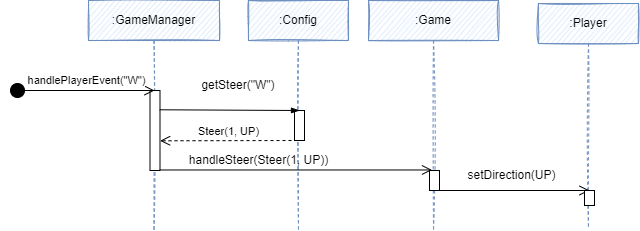
sckoenig/Distributed-Tron keeps this draw.io diagram as Dokumentation/App/diagrams/sd_handlePlayerEvent.png. Above is the earlier version. Source tidied: cells renumbered, new cells last; positions are measured from the earlier drawing's top-left corner, leaving out a move shared by most shapes. The source it was exported from:
```xml
<mxGraphModel>
  <root>
    <mxCell id="0" />
    <mxCell id="1" parent="0" />
    <mxCell id="2" value=":Game" style="shape=umlLifeline;perimeter=lifelinePerimeter;whiteSpace=wrap;html=1;sketch=1;fillColor=#dae8fc;strokeColor=#6c8ebf;" parent="1" vertex="1">
      <mxGeometry x="359" width="130" height="230" as="geometry" />
    </mxCell>
    <mxCell id="3" value=":Player" style="shape=umlLifeline;perimeter=lifelinePerimeter;whiteSpace=wrap;html=1;sketch=1;fillColor=#dae8fc;strokeColor=#6c8ebf;" parent="1" vertex="1">
      <mxGeometry x="529" y="3" width="100" height="225" as="geometry" />
    </mxCell>
    <mxCell id="4" value=":Config" style="shape=umlLifeline;perimeter=lifelinePerimeter;whiteSpace=wrap;html=1;sketch=1;fillColor=#dae8fc;strokeColor=#6c8ebf;" parent="1" vertex="1">
      <mxGeometry x="239" width="100" height="230" as="geometry" />
    </mxCell>
    <mxCell id="5" value=":GameManager" style="shape=umlLifeline;perimeter=lifelinePerimeter;whiteSpace=wrap;html=1;sketch=1;fillColor=#dae8fc;strokeColor=#6c8ebf;" parent="1" vertex="1">
      <mxGeometry x="79" width="131" height="230" as="geometry" />
    </mxCell>
    <mxCell id="6" style="endArrow=open;endFill=1;endSize=8;html=1;rounded=0;" parent="1" edge="1">
      <mxGeometry relative="1" as="geometry">
        <mxPoint x="420" y="190" as="sourcePoint" />
        <mxPoint x="580" y="190" as="targetPoint" />
      </mxGeometry>
    </mxCell>
    <mxCell id="7" style="html=1;perimeter=orthogonalPerimeter;" parent="1" vertex="1">
      <mxGeometry x="420" y="170" width="10" height="20" as="geometry" />
    </mxCell>
    <mxCell id="8" style="html=1;perimeter=orthogonalPerimeter;" parent="1" vertex="1">
      <mxGeometry x="575" y="190" width="10" height="15" as="geometry" />
    </mxCell>
    <mxCell id="9" style="html=1;perimeter=orthogonalPerimeter;" parent="1" vertex="1">
      <mxGeometry x="285" y="110" width="10" height="30" as="geometry" />
    </mxCell>
    <mxCell id="10" value="handleSteer(Steer(1, UP))" style="text;html=1;strokeColor=none;fillColor=none;align=center;verticalAlign=middle;whiteSpace=wrap;rounded=0;" parent="1" vertex="1">
      <mxGeometry x="170" y="145" width="159" height="30" as="geometry" />
    </mxCell>
    <mxCell id="11" value="getSteer(&quot;W&quot;)" style="text;html=1;strokeColor=none;fillColor=none;align=center;verticalAlign=middle;whiteSpace=wrap;rounded=0;" parent="1" vertex="1">
      <mxGeometry x="199" y="70" width="60" height="30" as="geometry" />
    </mxCell>
    <mxCell id="12" value="Steer(1, UP)" style="html=1;verticalAlign=bottom;endArrow=open;dashed=1;endSize=8;rounded=0;entryX=1.111;entryY=0.616;entryDx=0;entryDy=0;entryPerimeter=0;" parent="1" edge="1">
      <mxGeometry relative="1" as="geometry">
        <mxPoint x="288" y="140" as="sourcePoint" />
        <mxPoint x="150.6" y="140.3" as="targetPoint" />
      </mxGeometry>
    </mxCell>
    <mxCell id="13" style="html=1;points=[];perimeter=orthogonalPerimeter;" parent="1" vertex="1">
      <mxGeometry x="140.5" y="90" width="10" height="80" as="geometry" />
    </mxCell>
    <mxCell id="14" value="handlePlayerEvent(&quot;W&quot;)" style="html=1;verticalAlign=bottom;startArrow=circle;startFill=1;endArrow=open;startSize=6;endSize=8;rounded=0;" parent="1" edge="1">
      <mxGeometry x="0.07" y="1" relative="1" as="geometry">
        <mxPoint y="90" as="sourcePoint" />
        <mxPoint x="145" y="90" as="targetPoint" />
      </mxGeometry>
    </mxCell>
    <mxCell id="15" value="setDirection(UP)" style="text;html=1;strokeColor=none;fillColor=none;align=center;verticalAlign=middle;whiteSpace=wrap;rounded=0;" parent="1" vertex="1">
      <mxGeometry x="472" y="160" width="61" height="30" as="geometry" />
    </mxCell>
    <mxCell id="16" style="endArrow=blockThin;html=1;rounded=0;endFill=1;exitX=0.965;exitY=0.241;exitDx=0;exitDy=0;exitPerimeter=0;" parent="1" edge="1" source="13">
      <mxGeometry relative="1" as="geometry">
        <mxPoint x="290" y="110" as="targetPoint" />
      </mxGeometry>
    </mxCell>
    <mxCell id="17" style="endArrow=open;endFill=1;endSize=8;html=1;rounded=0;exitX=1.15;exitY=1.006;exitDx=0;exitDy=0;exitPerimeter=0;" parent="1" edge="1">
      <mxGeometry relative="1" as="geometry">
        <mxPoint x="150" y="169.5" as="sourcePoint" />
        <mxPoint x="422.5" y="169.5" as="targetPoint" />
      </mxGeometry>
    </mxCell>
  </root>
</mxGraphModel>
```
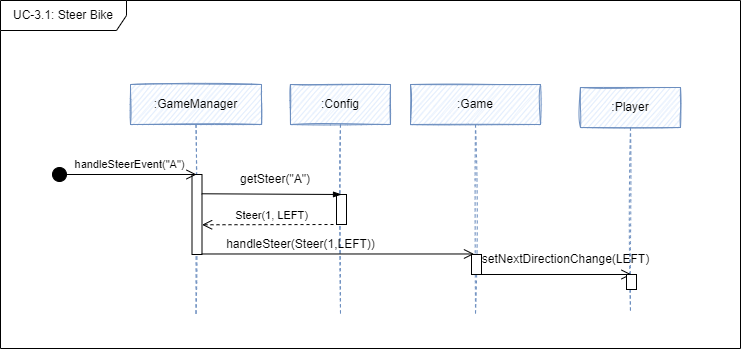
Later version of the same file.

Change to the diagram source:
```diff
@@ -2,67 +2,70 @@
   <root>
     <mxCell id="0" />
     <mxCell id="1" parent="0" />
-    <mxCell id="2" value=":Game" style="shape=umlLifeline;perimeter=lifelinePerimeter;whiteSpace=wrap;html=1;sketch=1;fillColor=#dae8fc;strokeColor=#6c8ebf;" parent="1" vertex="1">
-      <mxGeometry x="359" width="130" height="230" as="geometry" />
+    <mxCell id="2" value="UC-3.1: Steer Bike" style="shape=umlFrame;whiteSpace=wrap;html=1;sketch=0;fillColor=default;width=126;height=30;" parent="1" vertex="1">
+      <mxGeometry x="-866" y="346" width="740" height="348" as="geometry" />
     </mxCell>
-    <mxCell id="3" value=":Player" style="shape=umlLifeline;perimeter=lifelinePerimeter;whiteSpace=wrap;html=1;sketch=1;fillColor=#dae8fc;strokeColor=#6c8ebf;" parent="1" vertex="1">
-      <mxGeometry x="529" y="3" width="100" height="225" as="geometry" />
+    <mxCell id="3" value=":Game" style="shape=umlLifeline;perimeter=lifelinePerimeter;whiteSpace=wrap;html=1;sketch=1;fillColor=#dae8fc;strokeColor=#6c8ebf;" parent="1" vertex="1">
+      <mxGeometry x="-456" y="430" width="130" height="230" as="geometry" />
     </mxCell>
-    <mxCell id="4" value=":Config" style="shape=umlLifeline;perimeter=lifelinePerimeter;whiteSpace=wrap;html=1;sketch=1;fillColor=#dae8fc;strokeColor=#6c8ebf;" parent="1" vertex="1">
-      <mxGeometry x="239" width="100" height="230" as="geometry" />
+    <mxCell id="4" value=":Player" style="shape=umlLifeline;perimeter=lifelinePerimeter;whiteSpace=wrap;html=1;sketch=1;fillColor=#dae8fc;strokeColor=#6c8ebf;" parent="1" vertex="1">
+      <mxGeometry x="-286" y="433" width="100" height="225" as="geometry" />
     </mxCell>
-    <mxCell id="5" value=":GameManager" style="shape=umlLifeline;perimeter=lifelinePerimeter;whiteSpace=wrap;html=1;sketch=1;fillColor=#dae8fc;strokeColor=#6c8ebf;" parent="1" vertex="1">
-      <mxGeometry x="79" width="131" height="230" as="geometry" />
+    <mxCell id="5" value=":Config" style="shape=umlLifeline;perimeter=lifelinePerimeter;whiteSpace=wrap;html=1;sketch=1;fillColor=#dae8fc;strokeColor=#6c8ebf;" parent="1" vertex="1">
+      <mxGeometry x="-576" y="430" width="100" height="230" as="geometry" />
     </mxCell>
-    <mxCell id="6" style="endArrow=open;endFill=1;endSize=8;html=1;rounded=0;" parent="1" edge="1">
-      <mxGeometry relative="1" as="geometry">
-        <mxPoint x="420" y="190" as="sourcePoint" />
-        <mxPoint x="580" y="190" as="targetPoint" />
-      </mxGeometry>
+    <mxCell id="6" value=":GameManager" style="shape=umlLifeline;perimeter=lifelinePerimeter;whiteSpace=wrap;html=1;sketch=1;fillColor=#dae8fc;strokeColor=#6c8ebf;" parent="1" vertex="1">
+      <mxGeometry x="-736" y="430" width="131" height="230" as="geometry" />
     </mxCell>
-    <mxCell id="7" style="html=1;perimeter=orthogonalPerimeter;" parent="1" vertex="1">
-      <mxGeometry x="420" y="170" width="10" height="20" as="geometry" />
+    <mxCell id="7" style="endArrow=open;endFill=1;endSize=8;html=1;rounded=0;" parent="1" edge="1">
+      <mxGeometry relative="1" as="geometry">
+        <mxPoint x="-395" y="620" as="sourcePoint" />
+        <mxPoint x="-235" y="620" as="targetPoint" />
+      </mxGeometry>
     </mxCell>
     <mxCell id="8" style="html=1;perimeter=orthogonalPerimeter;" parent="1" vertex="1">
-      <mxGeometry x="575" y="190" width="10" height="15" as="geometry" />
+      <mxGeometry x="-395" y="600" width="10" height="20" as="geometry" />
     </mxCell>
     <mxCell id="9" style="html=1;perimeter=orthogonalPerimeter;" parent="1" vertex="1">
-      <mxGeometry x="285" y="110" width="10" height="30" as="geometry" />
+      <mxGeometry x="-240" y="620" width="10" height="15" as="geometry" />
     </mxCell>
-    <mxCell id="10" value="handleSteer(Steer(1, UP))" style="text;html=1;strokeColor=none;fillColor=none;align=center;verticalAlign=middle;whiteSpace=wrap;rounded=0;" parent="1" vertex="1">
-      <mxGeometry x="170" y="145" width="159" height="30" as="geometry" />
+    <mxCell id="10" style="html=1;perimeter=orthogonalPerimeter;" parent="1" vertex="1">
+      <mxGeometry x="-530" y="540" width="10" height="30" as="geometry" />
     </mxCell>
-    <mxCell id="11" value="getSteer(&quot;W&quot;)" style="text;html=1;strokeColor=none;fillColor=none;align=center;verticalAlign=middle;whiteSpace=wrap;rounded=0;" parent="1" vertex="1">
-      <mxGeometry x="199" y="70" width="60" height="30" as="geometry" />
+    <mxCell id="11" value="handleSteer(Steer(1,LEFT))" style="text;html=1;align=center;verticalAlign=middle;whiteSpace=wrap;rounded=0;" parent="1" vertex="1">
+      <mxGeometry x="-645" y="575" width="159" height="30" as="geometry" />
     </mxCell>
-    <mxCell id="12" value="Steer(1, UP)" style="html=1;verticalAlign=bottom;endArrow=open;dashed=1;endSize=8;rounded=0;entryX=1.111;entryY=0.616;entryDx=0;entryDy=0;entryPerimeter=0;" parent="1" edge="1">
-      <mxGeometry relative="1" as="geometry">
-        <mxPoint x="288" y="140" as="sourcePoint" />
-        <mxPoint x="150.6" y="140.3" as="targetPoint" />
-      </mxGeometry>
+    <mxCell id="12" value="getSteer(&quot;A&quot;)" style="text;html=1;strokeColor=none;fillColor=none;align=center;verticalAlign=middle;whiteSpace=wrap;rounded=0;" parent="1" vertex="1">
+      <mxGeometry x="-621" y="510" width="60" height="30" as="geometry" />
     </mxCell>
-    <mxCell id="13" style="html=1;points=[];perimeter=orthogonalPerimeter;" parent="1" vertex="1">
-      <mxGeometry x="140.5" y="90" width="10" height="80" as="geometry" />
+    <mxCell id="13" value="Steer(1, LEFT)" style="html=1;verticalAlign=bottom;endArrow=open;dashed=1;endSize=8;rounded=0;entryX=1.111;entryY=0.616;entryDx=0;entryDy=0;entryPerimeter=0;" parent="1" edge="1">
+      <mxGeometry relative="1" as="geometry">
+        <mxPoint x="-527" y="570" as="sourcePoint" />
+        <mxPoint x="-664.4" y="570.3" as="targetPoint" />
+      </mxGeometry>
     </mxCell>
-    <mxCell id="14" value="handlePlayerEvent(&quot;W&quot;)" style="html=1;verticalAlign=bottom;startArrow=circle;startFill=1;endArrow=open;startSize=6;endSize=8;rounded=0;" parent="1" edge="1">
-      <mxGeometry x="0.07" y="1" relative="1" as="geometry">
-        <mxPoint y="90" as="sourcePoint" />
-        <mxPoint x="145" y="90" as="targetPoint" />
-      </mxGeometry>
+    <mxCell id="14" style="html=1;points=[];perimeter=orthogonalPerimeter;" parent="1" vertex="1">
+      <mxGeometry x="-674.5" y="520" width="10" height="80" as="geometry" />
     </mxCell>
-    <mxCell id="15" value="setDirection(UP)" style="text;html=1;strokeColor=none;fillColor=none;align=center;verticalAlign=middle;whiteSpace=wrap;rounded=0;" parent="1" vertex="1">
-      <mxGeometry x="472" y="160" width="61" height="30" as="geometry" />
+    <mxCell id="15" value="handleSteerEvent(&quot;A&quot;)" style="html=1;verticalAlign=bottom;startArrow=circle;startFill=1;endArrow=open;startSize=6;endSize=8;rounded=0;" parent="1" edge="1">
+      <mxGeometry x="0.07" y="1" relative="1" as="geometry">
+        <mxPoint x="-815" y="520" as="sourcePoint" />
+        <mxPoint x="-670" y="520" as="targetPoint" />
+      </mxGeometry>
     </mxCell>
-    <mxCell id="16" style="endArrow=blockThin;html=1;rounded=0;endFill=1;exitX=0.965;exitY=0.241;exitDx=0;exitDy=0;exitPerimeter=0;" parent="1" edge="1" source="13">
-      <mxGeometry relative="1" as="geometry">
-        <mxPoint x="290" y="110" as="targetPoint" />
-      </mxGeometry>
+    <mxCell id="16" value="setNextDirectionChange(LEFT)" style="text;html=1;strokeColor=none;fillColor=none;align=center;verticalAlign=middle;whiteSpace=wrap;rounded=0;" parent="1" vertex="1">
+      <mxGeometry x="-331" y="590" width="61" height="30" as="geometry" />
     </mxCell>
-    <mxCell id="17" style="endArrow=open;endFill=1;endSize=8;html=1;rounded=0;exitX=1.15;exitY=1.006;exitDx=0;exitDy=0;exitPerimeter=0;" parent="1" edge="1">
+    <mxCell id="17" style="endArrow=blockThin;html=1;rounded=0;endFill=1;exitX=0.965;exitY=0.241;exitDx=0;exitDy=0;exitPerimeter=0;" parent="1" edge="1" source="14">
       <mxGeometry relative="1" as="geometry">
-        <mxPoint x="150" y="169.5" as="sourcePoint" />
-        <mxPoint x="422.5" y="169.5" as="targetPoint" />
+        <mxPoint x="-525" y="540" as="targetPoint" />
       </mxGeometry>
     </mxCell>
+    <mxCell id="18" style="endArrow=open;endFill=1;endSize=8;html=1;rounded=0;exitX=1.15;exitY=1.006;exitDx=0;exitDy=0;exitPerimeter=0;" parent="1" edge="1">
+      <mxGeometry relative="1" as="geometry">
+        <mxPoint x="-665" y="599.5" as="sourcePoint" />
+        <mxPoint x="-392.5" y="599.5" as="targetPoint" />
+      </mxGeometry>
+    </mxCell>
   </root>
 </mxGraphModel>
```
